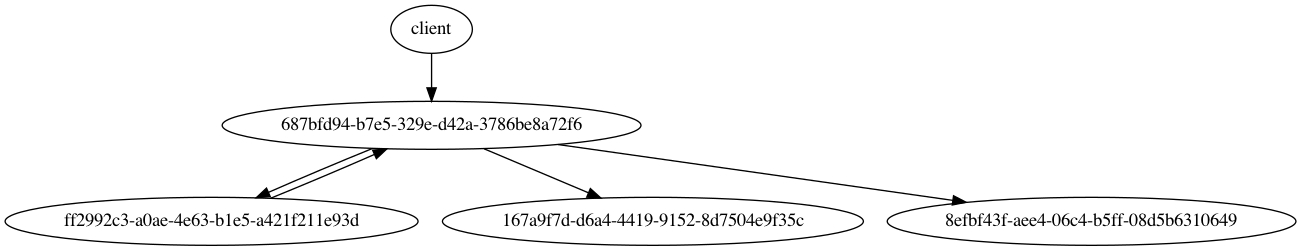
The Graphviz diagram ldfi_interpreter/graphs/TestHipsterShop.gv.png in mdcovarr/ldfi-interpreter, before a commit. Its source is kept beside it as ldfi_interpreter/graphs/TestHipsterShop.gv. Its diagram source:
```dot
digraph {
	client [label=client]
	"687bfd94-b7e5-329e-d42a-3786be8a72f6" [label="687bfd94-b7e5-329e-d42a-3786be8a72f6"]
	client -> "687bfd94-b7e5-329e-d42a-3786be8a72f6"
	"ff2992c3-a0ae-4e63-b1e5-a421f211e93d" [label="ff2992c3-a0ae-4e63-b1e5-a421f211e93d"]
	"687bfd94-b7e5-329e-d42a-3786be8a72f6" -> "ff2992c3-a0ae-4e63-b1e5-a421f211e93d"
	"167a9f7d-d6a4-4419-9152-8d7504e9f35c" [label="167a9f7d-d6a4-4419-9152-8d7504e9f35c"]
	"687bfd94-b7e5-329e-d42a-3786be8a72f6" -> "167a9f7d-d6a4-4419-9152-8d7504e9f35c"
	"8efbf43f-aee4-06c4-b5ff-08d5b6310649" [label="8efbf43f-aee4-06c4-b5ff-08d5b6310649"]
	"687bfd94-b7e5-329e-d42a-3786be8a72f6" -> "8efbf43f-aee4-06c4-b5ff-08d5b6310649"
	"ff2992c3-a0ae-4e63-b1e5-a421f211e93d" -> "687bfd94-b7e5-329e-d42a-3786be8a72f6"
}
```
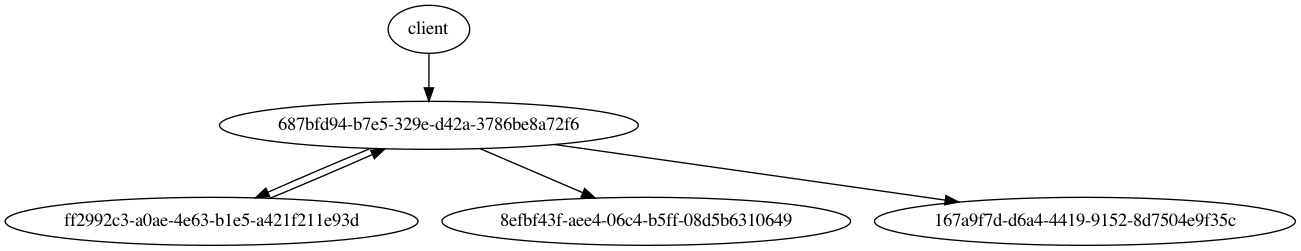
Above is the later version.

Change to the diagram source:
```diff
@@ -4,9 +4,9 @@
 	client -> "687bfd94-b7e5-329e-d42a-3786be8a72f6"
 	"ff2992c3-a0ae-4e63-b1e5-a421f211e93d" [label="ff2992c3-a0ae-4e63-b1e5-a421f211e93d"]
 	"687bfd94-b7e5-329e-d42a-3786be8a72f6" -> "ff2992c3-a0ae-4e63-b1e5-a421f211e93d"
+	"8efbf43f-aee4-06c4-b5ff-08d5b6310649" [label="8efbf43f-aee4-06c4-b5ff-08d5b6310649"]
+	"687bfd94-b7e5-329e-d42a-3786be8a72f6" -> "8efbf43f-aee4-06c4-b5ff-08d5b6310649"
 	"167a9f7d-d6a4-4419-9152-8d7504e9f35c" [label="167a9f7d-d6a4-4419-9152-8d7504e9f35c"]
 	"687bfd94-b7e5-329e-d42a-3786be8a72f6" -> "167a9f7d-d6a4-4419-9152-8d7504e9f35c"
-	"8efbf43f-aee4-06c4-b5ff-08d5b6310649" [label="8efbf43f-aee4-06c4-b5ff-08d5b6310649"]
-	"687bfd94-b7e5-329e-d42a-3786be8a72f6" -> "8efbf43f-aee4-06c4-b5ff-08d5b6310649"
 	"ff2992c3-a0ae-4e63-b1e5-a421f211e93d" -> "687bfd94-b7e5-329e-d42a-3786be8a72f6"
 }
```
